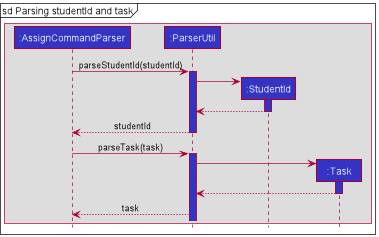
The PlantUML diagram docs/images/AssignCommandSequenceDiagram-2.png in nus-cs2103-AY2122S2/tp, before a commit. The source it was exported from:
```plantuml
@startuml
!include style.puml

box
participant ":AssignCommandParser" as AssignCommandParser LOGIC_COLOR
participant ":ParserUtil" as ParserUtil LOGIC_COLOR
participant ":StudentId" as StudentId LOGIC_COLOR
participant ":Task" as Task LOGIC_COLOR
end box

mainframe sd Parsing studentId and task

AssignCommandParser -> ParserUtil : parseStudentId(studentId)
activate ParserUtil LOGIC_COLOR

create StudentId
ParserUtil -> StudentId
activate StudentId LOGIC_COLOR
StudentId --> ParserUtil
deactivate
ParserUtil --> AssignCommandParser : studentId
deactivate


AssignCommandParser -> ParserUtil : parseTask(task)
activate ParserUtil LOGIC_COLOR
create Task
ParserUtil -> Task
activate Task LOGIC_COLOR
Task --> ParserUtil
deactivate
ParserUtil --> AssignCommandParser : task


@enduml
```
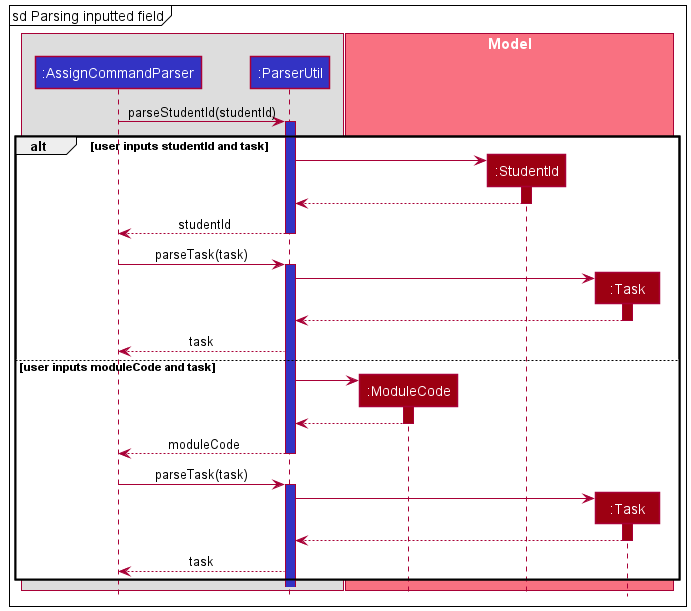
The same diagram one commit later.

Diff of the diagram source:
```diff
@@ -4,32 +4,56 @@
 box
 participant ":AssignCommandParser" as AssignCommandParser LOGIC_COLOR
 participant ":ParserUtil" as ParserUtil LOGIC_COLOR
-participant ":StudentId" as StudentId LOGIC_COLOR
-participant ":Task" as Task LOGIC_COLOR
 end box
 
-mainframe sd Parsing studentId and task
+box "Model" MODEL_COLOR_T1
+participant ":ModuleCode" as ModuleCode MODEL_COLOR
+participant ":StudentId" as StudentId MODEL_COLOR
+participant ":Task" as Task MODEL_COLOR
+end box
+
+mainframe sd Parsing inputted field
 
 AssignCommandParser -> ParserUtil : parseStudentId(studentId)
 activate ParserUtil LOGIC_COLOR
 
-create StudentId
-ParserUtil -> StudentId
-activate StudentId LOGIC_COLOR
-StudentId --> ParserUtil
-deactivate
-ParserUtil --> AssignCommandParser : studentId
-deactivate
+alt user inputs studentId and task
+    create StudentId
+    ParserUtil -> StudentId
+    activate StudentId MODEL_COLOR
+    StudentId --> ParserUtil
+    deactivate
+    ParserUtil --> AssignCommandParser : studentId
+    deactivate
 
 
-AssignCommandParser -> ParserUtil : parseTask(task)
-activate ParserUtil LOGIC_COLOR
-create Task
-ParserUtil -> Task
-activate Task LOGIC_COLOR
-Task --> ParserUtil
-deactivate
-ParserUtil --> AssignCommandParser : task
+    AssignCommandParser -> ParserUtil : parseTask(task)
+    activate ParserUtil LOGIC_COLOR
+    create Task
+    ParserUtil -> Task
+    activate Task MODEL_COLOR
+    Task --> ParserUtil
+    deactivate
+    ParserUtil --> AssignCommandParser : task
+
+else user inputs moduleCode and task
+    create ModuleCode
+    ParserUtil -> ModuleCode
+    activate ModuleCode MODEL_COLOR
+    ModuleCode --> ParserUtil
+    deactivate
+    ParserUtil --> AssignCommandParser : moduleCode
+    deactivate
 
 
+    AssignCommandParser -> ParserUtil : parseTask(task)
+    activate ParserUtil LOGIC_COLOR
+    create Task
+    ParserUtil -> Task
+    activate Task MODEL_COLOR
+    Task --> ParserUtil
+    deactivate
+    ParserUtil --> AssignCommandParser : task
+end
+
 @enduml
```
